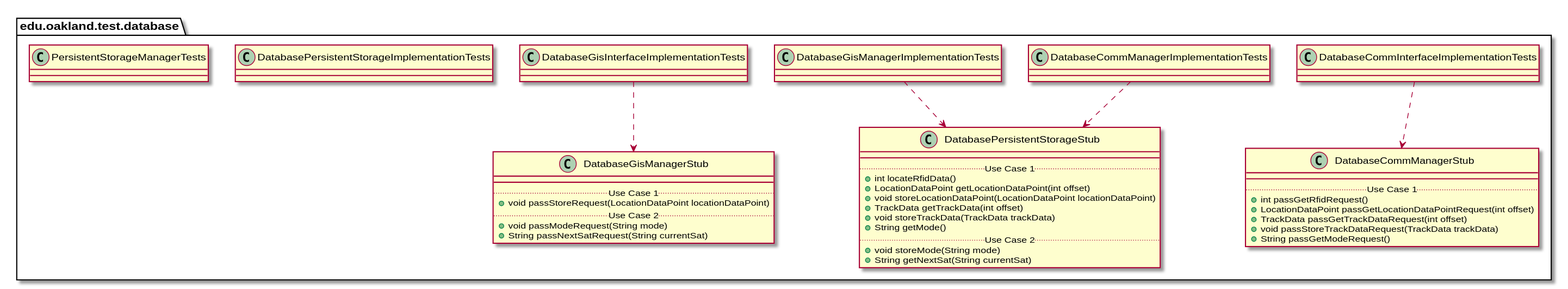
The PlantUML diagram docs/uml-class-diagrams/database/test/DatabaseTestPackage_InternalDependencies.svg in elilley15/csi-3370-software-project, before a commit.
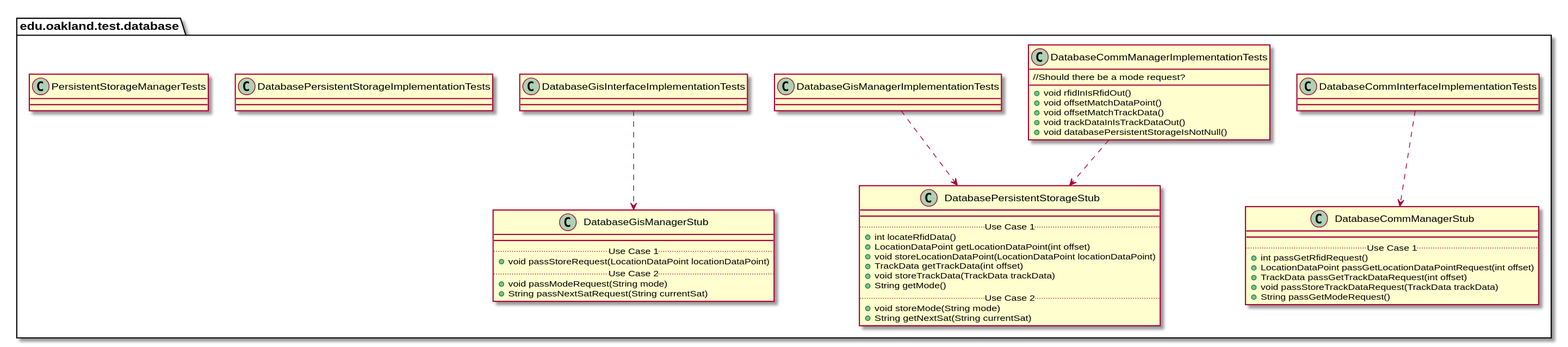
Above is the later version.

The edit, as a diff of the source:
```diff
@@ -29,6 +29,12 @@
 
 package edu.oakland.test.database {
     class DatabaseCommManagerImplementationTests {
+        + void rfidInIsRfidOut()
+        + void offsetMatchDataPoint()
+        + void offsetMatchTrackData()
+        + void trackDataInIsTrackDataOut()
+        + void databasePersistentStorageIsNotNull()
+        //Should there be a mode request?
 
     }
 }
```
